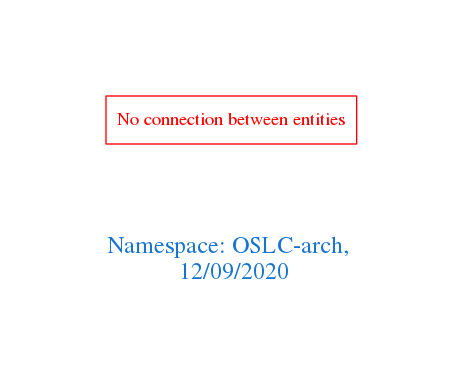
Earlier version of the Graphviz export downloads/OSLC-arch.png (arago/OGIT). Its source is kept beside it as downloads/OSLC-arch.dot.
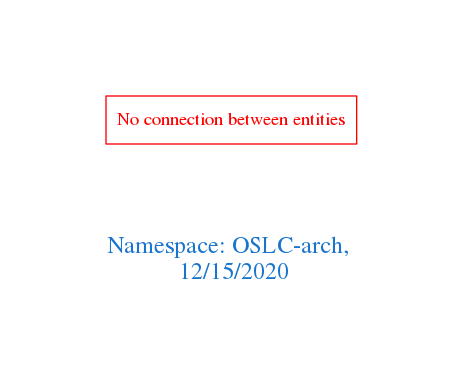
Above is the later version.

Diff of the diagram source:
```diff
@@ -1,7 +1,7 @@
 digraph OGIT_ontology {
  graph [ rankdir= LR,pad=1
 fontsize = 18,
-fontcolor= dodgerblue3,label = "\n\n\nNamespace: OSLC-arch, \n 12/09/2020"];
+fontcolor= dodgerblue3,label = "\n\n\nNamespace: OSLC-arch, \n 12/15/2020"];
 node[shape=polygon];
 edge [  color="gray81"];
 
```
